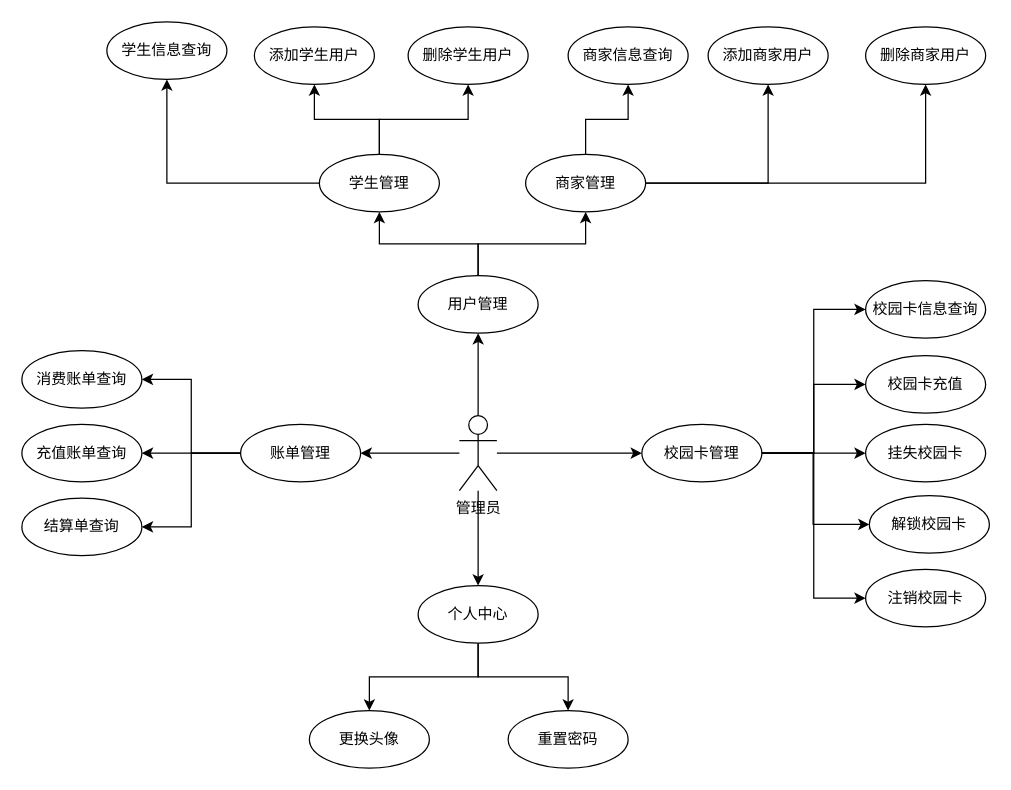
ShiaoYoung/Database-course_design keeps this draw.io diagram as ER-Charts/用例图-管理员.drawio. Above is the earlier version. Source tidied: cells renumbered, new cells numbered last; positions are measured from the earlier drawing's top-left corner, leaving out a move shared by most shapes. Both pictures are drawn from the tidied source at 125%, with x=0, y=0 at pixel (21, 21).
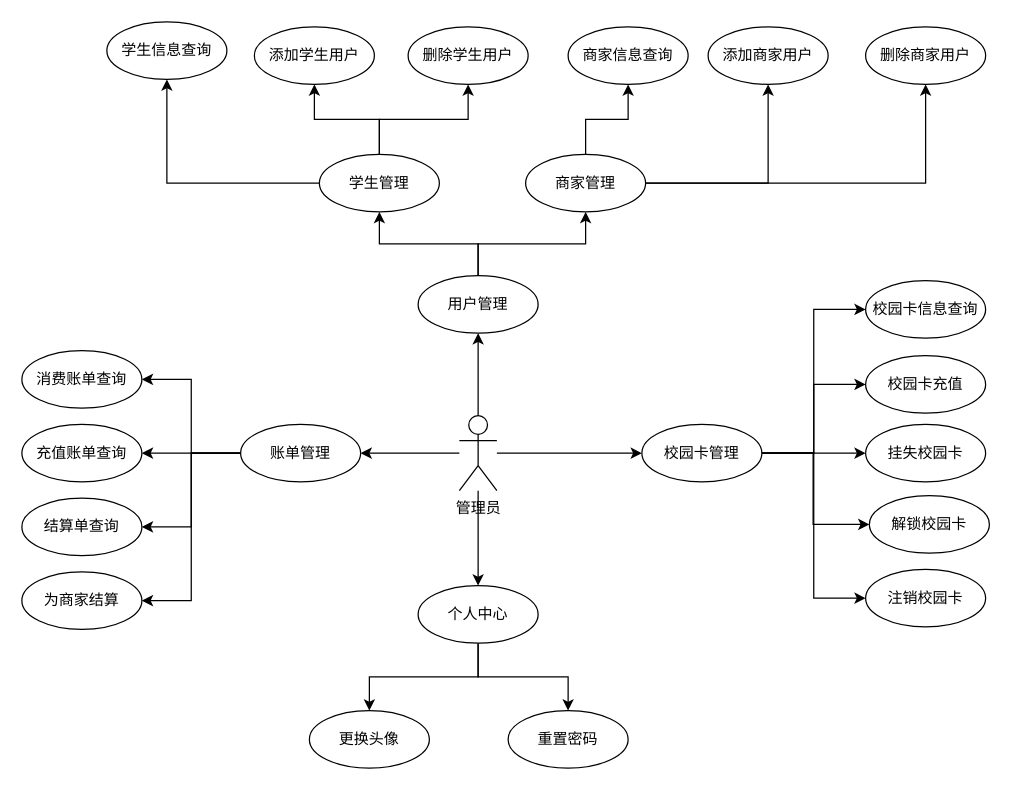
The same page after the edit.

Commit message:
更新用例图-管理员.drawio

Unchanged cells that the change refers to:
```xml
<mxCell id="27" value="账单管理" style="ellipse;whiteSpace=wrap;html=1;" parent="1" vertex="1">
  <mxGeometry x="175" y="322" width="96" height="46" as="geometry" />
</mxCell>
```

Diff of the diagram source:
```diff
@@
+    <mxCell id="48" style="edgeStyle=orthogonalEdgeStyle;rounded=0;jettySize=auto;html=1;exitX=0;exitY=0.5;exitDx=0;exitDy=0;entryX=1;entryY=0.5;entryDx=0;entryDy=0;" parent="1" edge="1" source="27" target="49">
+      <mxGeometry relative="1" as="geometry" />
+    </mxCell>
@@
+    <mxCell id="49" value="为商家结算" style="ellipse;whiteSpace=wrap;html=1;" parent="1" vertex="1">
+      <mxGeometry y="440" width="96" height="46" as="geometry" />
+    </mxCell>
```
